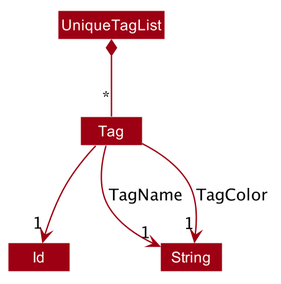
Earlier version of the PlantUML export docs/images/tag/TagClassDiagram.png (nus-cs2103-AY1920S1/addressbook-level3). The source it was exported from:
```plantuml
@startuml










skinparam BackgroundColor #FFFFFFF

skinparam Shadowing false

skinparam Class {
    FontColor #FFFFFF
    BorderThickness 1
    BorderColor #FFFFFF
    StereotypeFontColor #FFFFFF
    FontName Arial
}

skinparam Actor {
    BorderColor #000000
    Color #000000
    FontName Arial
}

skinparam Sequence {
    MessageAlign center
    BoxFontSize 15
    BoxPadding 0
    BoxFontColor #FFFFFF
    FontName Arial
}

skinparam Participant {
    FontColor #FFFFFFF
    Padding 20
}

skinparam MinClassWidth 50
skinparam ParticipantPadding 10
skinparam Shadowing false
skinparam DefaultTextAlignment center
skinparam packageStyle Rectangle

hide footbox
hide members
hide circle
skinparam arrowThickness 1.1
skinparam arrowColor #9D0012
skinparam classBackgroundColor #9D0012

class Tag {
    + {final} id: Id
    + {final} tagName: String
    - color: String
    + getId(): Id
    + getName(): String
    + getColor(): String
    + setColor()
    + {static} isValidName(String test): boolean
    + {static} isValidTagColor(String test): boolean
    + equals(Object other): boolean
    + hashCode(): int
    + toString(): String
    + isSameTag(Tag otherTag): boolean
}


class UniqueTagList {
    + contains(): boolean
    + add(Tag toAdd)
    + setTag(Tag target, Tag editTag)
    + remove(Tag toRemove)
    + setTags(UniqueTagList replacement)
    + setTags(List<Tag> tags)
    + asUnmodifiableObservableList(): ObservableList<Tag>
    + iterator(): Iterator<Tag>
    + equals(Object other): boolean
    + hashCode(): int
    + toString(): String
}

class Tag
class Id

Tag -->"1" Id
Tag -->"1" String: TagName
Tag -->"1" String: TagColor

UniqueTagList *--"*" Tag

@enduml
```
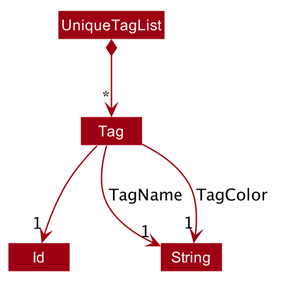
The same diagram one commit later.

Diff of the diagram source:
```diff
@@ -91,6 +91,6 @@
 Tag -->"1" String: TagName
 Tag -->"1" String: TagColor
 
-UniqueTagList *--"*" Tag
+UniqueTagList *-->"*" Tag
 
 @enduml
```
